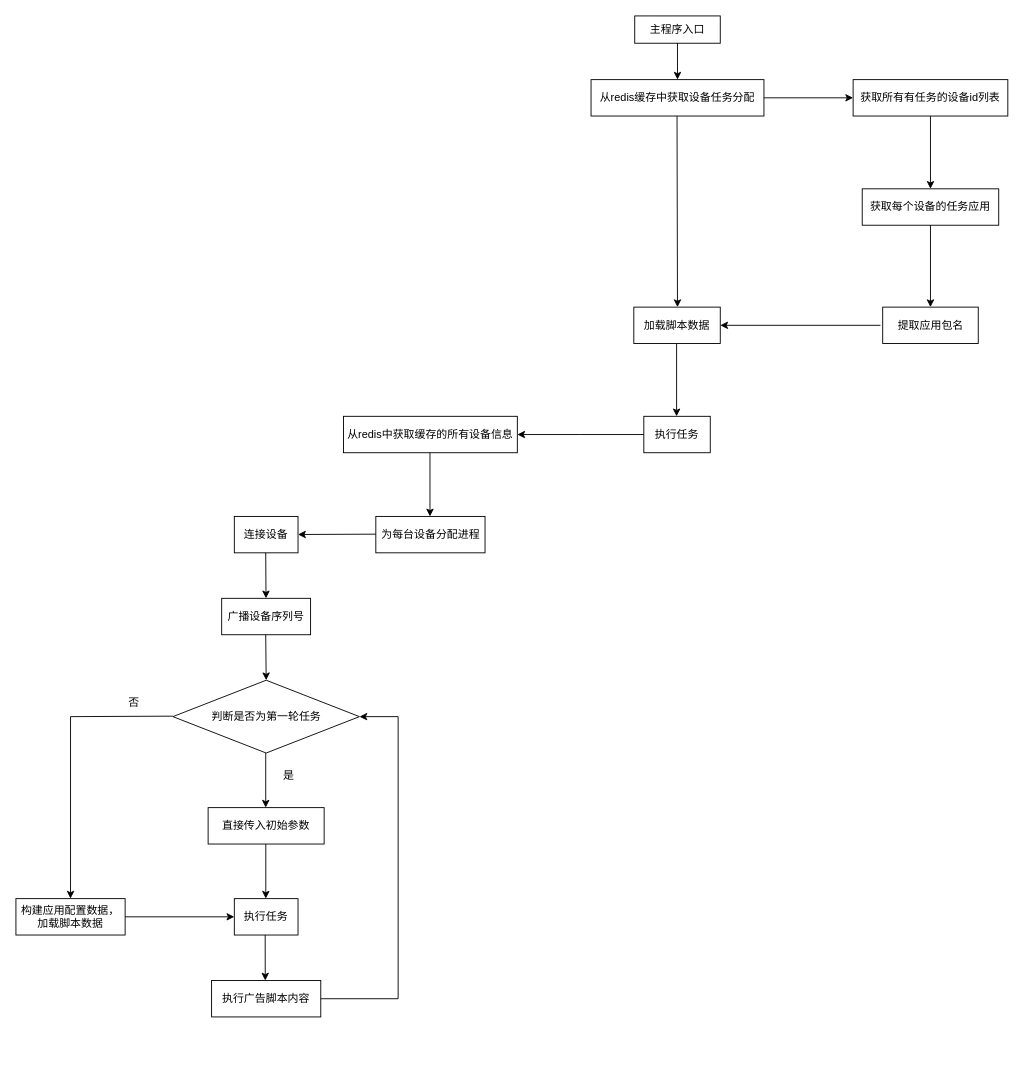
Before: 安卓板块大概价格.drawio in luser233/test01-2025-07-13, a draw.io diagram. Source tidied: cells renumbered, new cells numbered last; positions are measured from the earlier drawing's top-left corner, leaving out a move shared by most shapes. Both pictures are drawn from the tidied source at 91%, with x=0, y=0 at pixel (15, 15).
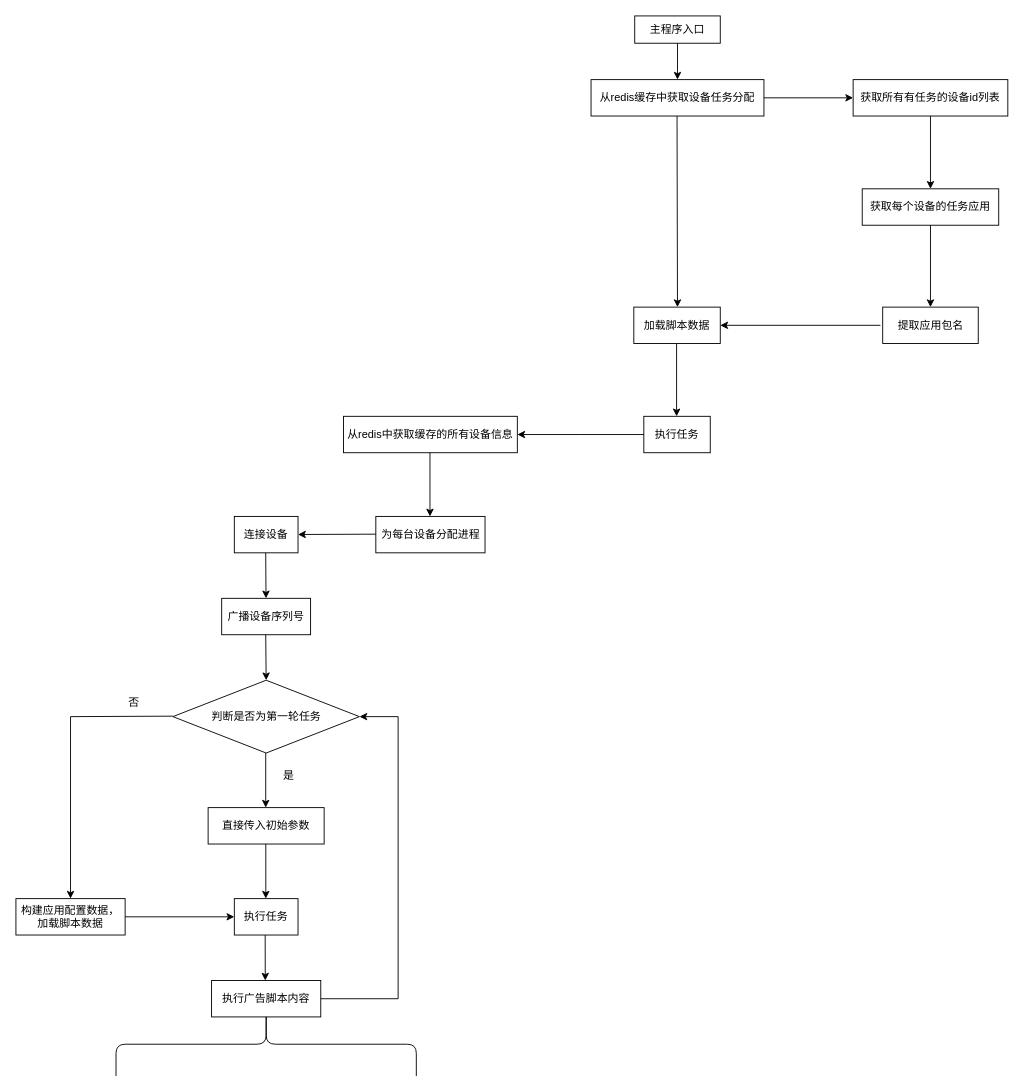
The same diagram, later.

Commit message:
更新安卓板块大概价格.drawio

The edit, as a diff of the source:
```diff
@@
+    <mxCell id="38" style="shape=curlyBracket;whiteSpace=wrap;html=1;rounded=1;flipH=1;labelPosition=right;verticalLabelPosition=middle;align=left;verticalAlign=middle;direction=south;size=0.5;" parent="1" vertex="1">
+      <mxGeometry x="110" y="1095" width="330" height="70" as="geometry" />
+    </mxCell>
```
